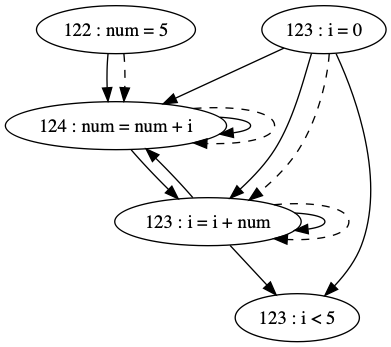
This is pdg/images/testFiles/testFile-cyclic.png from thomassimko/thesis-code-duplication, a Graphviz export, as it was before one commit. Its source is kept beside it as pdg/source/testFiles/testFile-cyclic.gv.
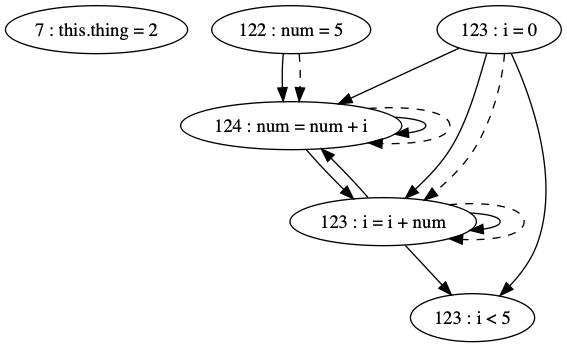
Later version of the same file.

Diff of the diagram source:
```diff
@@ -1,20 +1,21 @@
 digraph G {
+"7 : this.thing = 2"
 "122 : num = 5"
 "122 : num = 5" -> "124 : num = num + i"
 "122 : num = 5" -> "124 : num = num + i" [style=dashed]
 "123 : i = 0"
 "123 : i = 0" -> "123 : i < 5"
+"123 : i = 0" -> "124 : num = num + i"
 "123 : i = 0" -> "123 : i = i + num"
-"123 : i = 0" -> "124 : num = num + i"
 "123 : i = 0" -> "123 : i = i + num" [style=dashed]
 "123 : i < 5"
 "124 : num = num + i"
+"124 : num = num + i" -> "124 : num = num + i"
 "124 : num = num + i" -> "123 : i = i + num"
-"124 : num = num + i" -> "124 : num = num + i"
 "124 : num = num + i" -> "124 : num = num + i" [style=dashed]
 "123 : i = i + num"
 "123 : i = i + num" -> "123 : i < 5"
+"123 : i = i + num" -> "124 : num = num + i"
 "123 : i = i + num" -> "123 : i = i + num"
-"123 : i = i + num" -> "124 : num = num + i"
 "123 : i = i + num" -> "123 : i = i + num" [style=dashed]
 }
```
